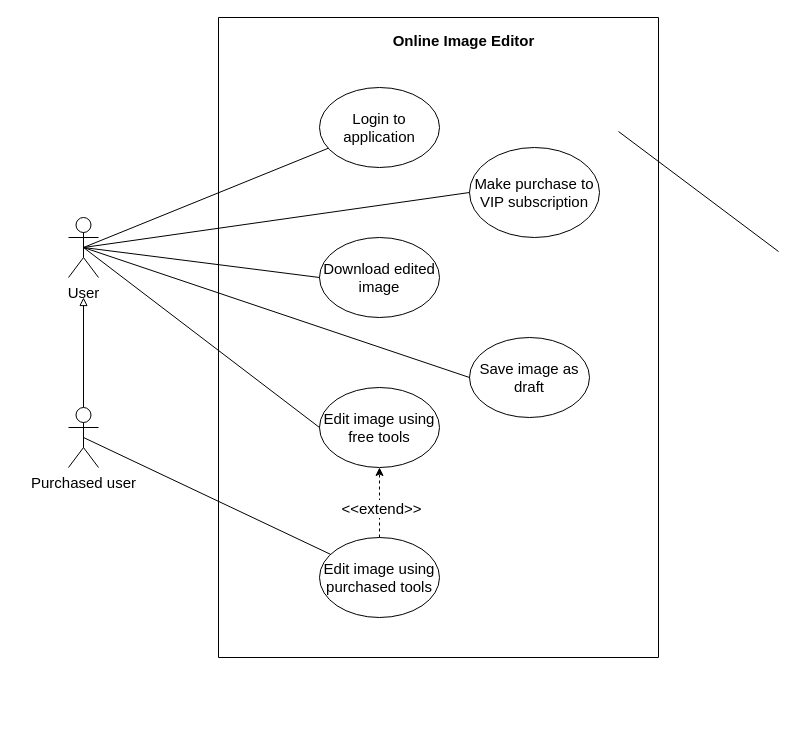
Above: Documentation/OnlineImageEditor-UseCase-2.drawio in minhquan54772/OnlineImageEditor (draw.io), before the change. Source tidied: cells renumbered, new cells numbered last; positions are measured from the earlier drawing's top-left corner, leaving out a move shared by most shapes. Both pictures are drawn from the tidied source at 100%, with x=0, y=0 at pixel (68, 17).
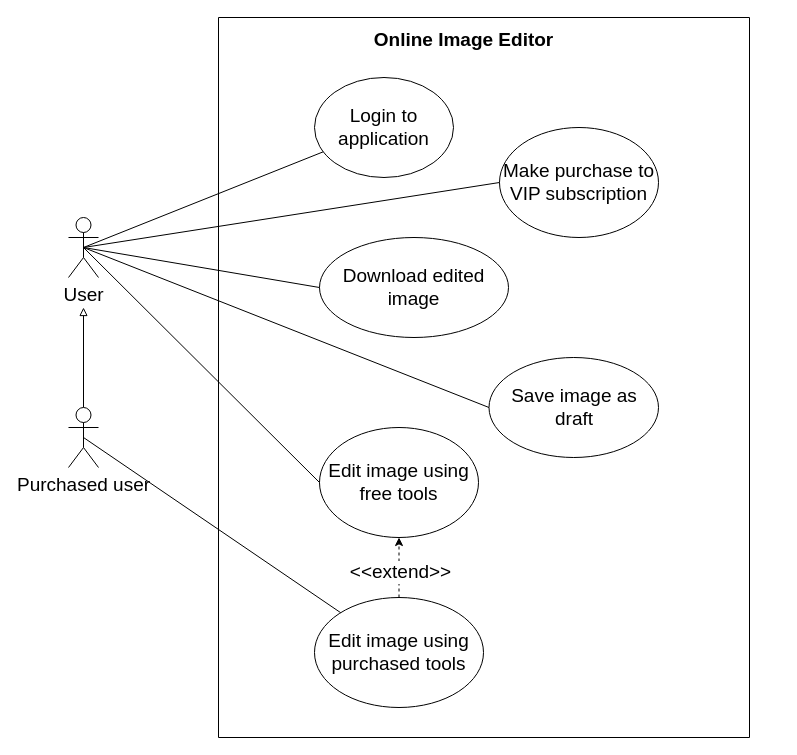
The same page after the edit.

What changed in the source:
```diff
@@
-    <mxCell id="2" style="swimlane;startSize=0;fontSize=15;" parent="1" vertex="1">
-      <mxGeometry x="150" width="440" height="640" as="geometry" />
+    <mxCell id="2" style="swimlane;startSize=0;fontSize=19;" parent="1" vertex="1">
+      <mxGeometry x="150" width="531" height="720" as="geometry" />
     </mxCell>
-    <mxCell id="3" value="&lt;b style=&quot;font-size: 15px;&quot;&gt;&lt;font style=&quot;font-size: 15px;&quot;&gt;Online Image Editor&lt;/font&gt;&lt;/b&gt;" style="text;html=1;align=center;verticalAlign=middle;strokeColor=none;fillColor=none;fontSize=15;" parent="2" vertex="1">
-      <mxGeometry x="160" y="8" width="170" height="30" as="geometry" />
+    <mxCell id="3" value="&lt;b style=&quot;font-size: 19px;&quot;&gt;&lt;font style=&quot;font-size: 19px;&quot;&gt;Online Image Editor&lt;/font&gt;&lt;/b&gt;" style="text;html=1;align=center;verticalAlign=middle;strokeColor=none;fillColor=none;fontSize=19;" parent="2" vertex="1">
+      <mxGeometry x="145" y="3" width="200" height="40" as="geometry" />
     </mxCell>
-    <mxCell id="4" value="Login to application" style="ellipse;whiteSpace=wrap;html=1;fontSize=15;" parent="2" vertex="1">
-      <mxGeometry x="101" y="70" width="120" height="80" as="geometry" />
+    <mxCell id="4" value="Login to application" style="ellipse;whiteSpace=wrap;html=1;fontSize=19;" parent="2" vertex="1">
+      <mxGeometry x="96" y="60" width="139" height="100" as="geometry" />
     </mxCell>
-    <mxCell id="5" value="Make purchase to VIP subscription" style="ellipse;whiteSpace=wrap;html=1;fontSize=15;" parent="2" vertex="1">
-      <mxGeometry x="251" y="130" width="130" height="90" as="geometry" />
+    <mxCell id="5" value="Make purchase to VIP subscription" style="ellipse;whiteSpace=wrap;html=1;fontSize=19;" parent="2" vertex="1">
+      <mxGeometry x="281" y="110" width="159" height="110" as="geometry" />
     </mxCell>
-    <mxCell id="6" value="Download edited image" style="ellipse;whiteSpace=wrap;html=1;fontSize=15;" parent="2" vertex="1">
-      <mxGeometry x="101" y="220" width="120" height="80" as="geometry" />
+    <mxCell id="6" value="Download edited image" style="ellipse;whiteSpace=wrap;html=1;fontSize=19;" parent="2" vertex="1">
+      <mxGeometry x="101" y="220" width="189" height="100" as="geometry" />
     </mxCell>
-    <mxCell id="7" value="Save image as draft" style="ellipse;whiteSpace=wrap;html=1;fontSize=15;" parent="2" vertex="1">
-      <mxGeometry x="251" y="320" width="120" height="80" as="geometry" />
+    <mxCell id="7" value="Save image as draft" style="ellipse;whiteSpace=wrap;html=1;fontSize=19;" parent="2" vertex="1">
+      <mxGeometry x="270.5" y="340" width="169.5" height="100" as="geometry" />
     </mxCell>
-    <mxCell id="8" value="Edit image using free tools" style="ellipse;whiteSpace=wrap;html=1;fontSize=15;" parent="2" vertex="1">
-      <mxGeometry x="101" y="370" width="120" height="80" as="geometry" />
+    <mxCell id="8" value="Edit image using free tools" style="ellipse;whiteSpace=wrap;html=1;fontSize=19;" parent="2" vertex="1">
+      <mxGeometry x="101" y="410" width="159" height="110" as="geometry" />
     </mxCell>
-    <mxCell id="9" style="edgeStyle=orthogonalEdgeStyle;rounded=0;jettySize=auto;html=1;exitX=0.5;exitY=0;exitDx=0;exitDy=0;entryX=0.5;entryY=1;entryDx=0;entryDy=0;dashed=1;fontSize=15;" parent="2" edge="1" source="11" target="8">
+    <mxCell id="9" style="edgeStyle=orthogonalEdgeStyle;rounded=0;jettySize=auto;html=1;exitX=0.5;exitY=0;exitDx=0;exitDy=0;entryX=0.5;entryY=1;entryDx=0;entryDy=0;dashed=1;fontSize=19;" parent="2" edge="1" source="11" target="8">
       <mxGeometry relative="1" as="geometry" />
     </mxCell>
-    <mxCell id="10" value="&amp;lt;&amp;lt;extend&amp;gt;&amp;gt;" style="edgeLabel;html=1;align=center;verticalAlign=middle;fontSize=15;" parent="9" vertex="1">
+    <mxCell id="10" value="&amp;lt;&amp;lt;extend&amp;gt;&amp;gt;" style="edgeLabel;html=1;align=center;verticalAlign=middle;fontSize=19;" parent="9" vertex="1">
       <mxGeometry x="-0.13" y="-2" relative="1" as="geometry">
         <mxPoint x="-1" as="offset" />
       </mxGeometry>
     </mxCell>
-    <mxCell id="11" value="Edit image using purchased tools" style="ellipse;whiteSpace=wrap;html=1;fontSize=15;" parent="2" vertex="1">
-      <mxGeometry x="101" y="520" width="120" height="80" as="geometry" />
+    <mxCell id="11" value="Edit image using purchased tools" style="ellipse;whiteSpace=wrap;html=1;fontSize=19;" parent="2" vertex="1">
+      <mxGeometry x="96" y="580" width="169" height="110" as="geometry" />
     </mxCell>
-    <mxCell id="12" style="rounded=0;jettySize=auto;html=1;exitX=0.5;exitY=0.5;exitDx=0;exitDy=0;exitPerimeter=0;endArrow=none;endFill=0;fontSize=15;" parent="1" edge="1" source="17" target="4">
+    <mxCell id="12" style="rounded=0;jettySize=auto;html=1;exitX=0.5;exitY=0.5;exitDx=0;exitDy=0;exitPerimeter=0;endArrow=none;endFill=0;fontSize=19;" parent="1" edge="1" source="17" target="4">
       <mxGeometry relative="1" as="geometry" />
     </mxCell>
-    <mxCell id="13" style="rounded=0;jettySize=auto;html=1;exitX=0.5;exitY=0.5;exitDx=0;exitDy=0;exitPerimeter=0;entryX=0;entryY=0.5;entryDx=0;entryDy=0;endArrow=none;endFill=0;fontSize=15;" parent="1" edge="1" source="17" target="5">
+    <mxCell id="13" style="rounded=0;jettySize=auto;html=1;exitX=0.5;exitY=0.5;exitDx=0;exitDy=0;exitPerimeter=0;entryX=0;entryY=0.5;entryDx=0;entryDy=0;endArrow=none;endFill=0;fontSize=19;" parent="1" edge="1" source="17" target="5">
       <mxGeometry relative="1" as="geometry" />
     </mxCell>
-    <mxCell id="14" style="rounded=0;jettySize=auto;html=1;exitX=0.5;exitY=0.5;exitDx=0;exitDy=0;exitPerimeter=0;entryX=0;entryY=0.5;entryDx=0;entryDy=0;endArrow=none;endFill=0;fontSize=15;" parent="1" edge="1" source="17" target="8">
+    <mxCell id="14" style="rounded=0;jettySize=auto;html=1;exitX=0.5;exitY=0.5;exitDx=0;exitDy=0;exitPerimeter=0;entryX=0;entryY=0.5;entryDx=0;entryDy=0;endArrow=none;endFill=0;fontSize=19;" parent="1" edge="1" source="17" target="8">
       <mxGeometry relative="1" as="geometry" />
     </mxCell>
-    <mxCell id="15" style="rounded=0;jettySize=auto;html=1;exitX=0.5;exitY=0.5;exitDx=0;exitDy=0;exitPerimeter=0;entryX=0;entryY=0.5;entryDx=0;entryDy=0;endArrow=none;endFill=0;fontSize=15;" parent="1" edge="1" source="17" target="6">
+    <mxCell id="15" style="rounded=0;jettySize=auto;html=1;exitX=0.5;exitY=0.5;exitDx=0;exitDy=0;exitPerimeter=0;entryX=0;entryY=0.5;entryDx=0;entryDy=0;endArrow=none;endFill=0;fontSize=19;" parent="1" edge="1" source="17" target="6">
       <mxGeometry relative="1" as="geometry" />
     </mxCell>
-    <mxCell id="16" style="rounded=0;jettySize=auto;html=1;exitX=0.5;exitY=0.5;exitDx=0;exitDy=0;exitPerimeter=0;entryX=0;entryY=0.5;entryDx=0;entryDy=0;endArrow=none;endFill=0;fontSize=15;" parent="1" edge="1" source="17" target="7">
+    <mxCell id="16" style="rounded=0;jettySize=auto;html=1;exitX=0.5;exitY=0.5;exitDx=0;exitDy=0;exitPerimeter=0;entryX=0;entryY=0.5;entryDx=0;entryDy=0;endArrow=none;endFill=0;fontSize=19;" parent="1" edge="1" source="17" target="7">
       <mxGeometry relative="1" as="geometry" />
     </mxCell>
-    <mxCell id="17" value="User" style="shape=umlActor;verticalLabelPosition=bottom;verticalAlign=top;html=1;outlineConnect=0;fontSize=15;" parent="1" vertex="1">
+    <mxCell id="17" value="User" style="shape=umlActor;verticalLabelPosition=bottom;verticalAlign=top;html=1;outlineConnect=0;fontSize=19;" parent="1" vertex="1">
       <mxGeometry y="200" width="30" height="60" as="geometry" />
     </mxCell>
-    <mxCell id="18" style="rounded=0;jettySize=auto;html=1;exitX=0.5;exitY=0.5;exitDx=0;exitDy=0;exitPerimeter=0;endArrow=none;endFill=0;fontSize=15;" parent="1" edge="1" source="20" target="11">
+    <mxCell id="18" style="rounded=0;jettySize=auto;html=1;exitX=0.5;exitY=0.5;exitDx=0;exitDy=0;exitPerimeter=0;endArrow=none;endFill=0;fontSize=19;" parent="1" edge="1" source="20" target="11">
       <mxGeometry relative="1" as="geometry" />
     </mxCell>
-    <mxCell id="19" style="edgeStyle=orthogonalEdgeStyle;rounded=0;jettySize=auto;html=1;endArrow=block;endFill=0;strokeWidth=1;fontSize=15;" parent="1" edge="1" source="20">
+    <mxCell id="19" style="edgeStyle=orthogonalEdgeStyle;rounded=0;jettySize=auto;html=1;endArrow=block;endFill=0;strokeWidth=1;fontSize=19;" parent="1" edge="1" source="20">
       <mxGeometry relative="1" as="geometry">
-        <mxPoint x="15" y="280" as="targetPoint" />
+        <mxPoint x="15" y="290" as="targetPoint" />
       </mxGeometry>
     </mxCell>
-    <mxCell id="20" value="Purchased user" style="shape=umlActor;verticalLabelPosition=bottom;verticalAlign=top;html=1;outlineConnect=0;fontSize=15;" parent="1" vertex="1">
+    <mxCell id="20" value="Purchased user" style="shape=umlActor;verticalLabelPosition=bottom;verticalAlign=top;html=1;outlineConnect=0;fontSize=19;" parent="1" vertex="1">
       <mxGeometry y="390" width="30" height="60" as="geometry" />
     </mxCell>
-    <mxCell id="21" style="rounded=0;orthogonalLoop=1;jettySize=auto;html=1;entryX=1;entryY=0.5;entryDx=0;entryDy=0;exitX=0;exitY=0.3333333333333333;exitDx=0;exitDy=0;exitPerimeter=0;endArrow=none;endFill=0;fontSize=15;" parent="1" edge="1">
-      <mxGeometry relative="1" as="geometry">
-        <mxPoint x="710" y="234" as="sourcePoint" />
-        <mxPoint x="550" y="114" as="targetPoint" />
-      </mxGeometry>
-    </mxCell>
```
